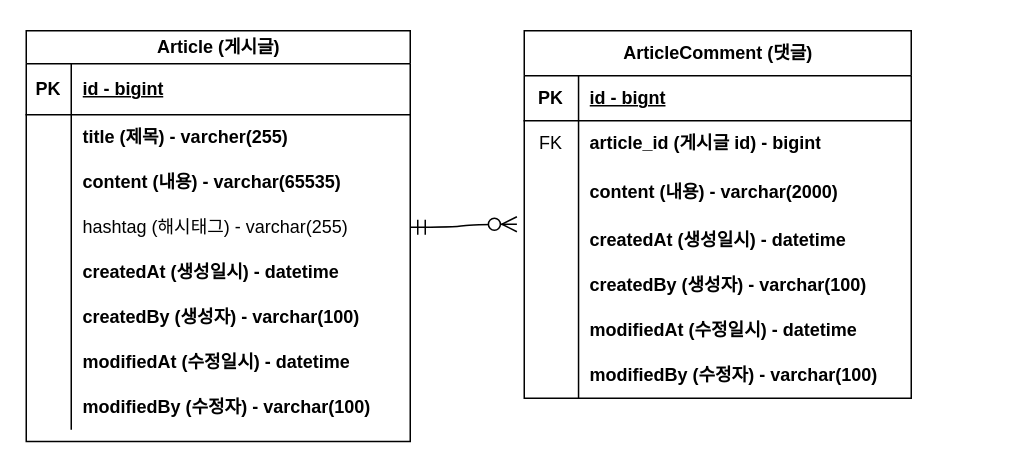
Above: document/제목 없는 다이어그램.drawio in jyeong2525/fastcampus-project-board (draw.io), before the change. Source tidied: cells renumbered, new cells numbered last; positions are measured from the earlier drawing's top-left corner, leaving out a move shared by most shapes. Both pictures are drawn from the tidied source at 150%, with x=0, y=0 at pixel (26, 30).
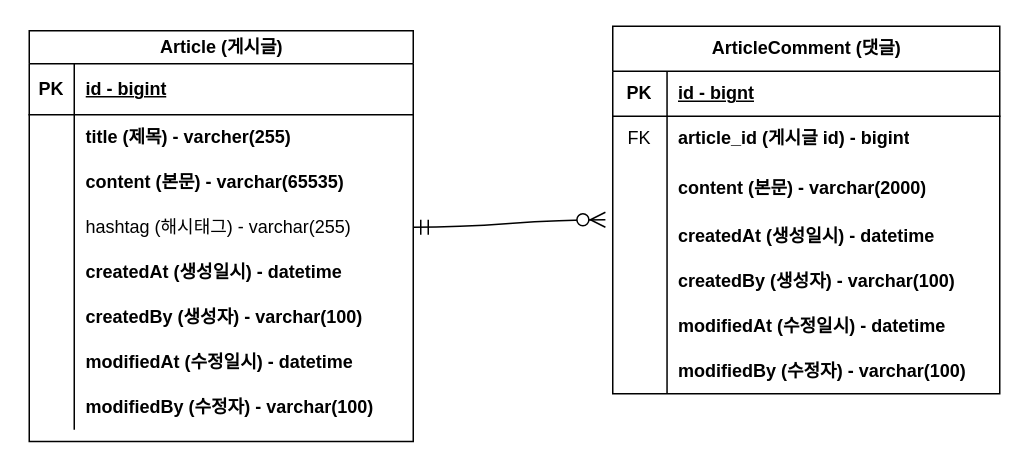
Above is the later version.

Commit message:
#9 - ERD 주석 업데이트 : project-board-erd.svg

Unchanged cells that the change refers to:
```xml
<mxCell id="9" style="shape=tableRow;horizontal=0;startSize=0;swimlaneHead=0;swimlaneBody=0;fillColor=none;top=0;left=0;right=0;bottom=0;" parent="2" vertex="1">
  <mxGeometry y="86" width="256" height="30" as="geometry" />
</mxCell>
<mxCell id="34" style="shape=tableRow;horizontal=0;startSize=0;swimlaneHead=0;swimlaneBody=0;fillColor=none;points=[[0,0.5],[1,0.5]];portConstraint=eastwest;top=0;left=0;right=0;bottom=0;" parent="27" vertex="1">
  <mxGeometry y="90" width="258" height="35" as="geometry" />
</mxCell>
```

The edit, as a diff of the source:
```diff
@@
     <mxCell id="2" value="Article (게시글)" style="shape=table;startSize=22;childLayout=tableLayout;rowLines=0;fontStyle=1;align=center;html=1;" parent="1" vertex="1">
-      <mxGeometry width="256" height="273.8" as="geometry" />
+      <mxGeometry x="2" width="256" height="273.8" as="geometry" />
     </mxCell>
@@
-    <mxCell id="11" value="content (내용) - varchar(65535)" style="shape=partialRectangle;fillColor=none;top=0;left=0;bottom=0;right=0;align=left;spacingLeft=6;overflow=hidden;whiteSpace=wrap;html=1;fontStyle=1;" parent="9" vertex="1">
+    <mxCell id="11" value="content (본문) - varchar(65535)" style="shape=partialRectangle;fillColor=none;top=0;left=0;bottom=0;right=0;align=left;spacingLeft=6;overflow=hidden;whiteSpace=wrap;html=1;fontStyle=1;" parent="9" vertex="1">
       <mxGeometry x="30" width="226" height="30" as="geometry" />
     </mxCell>
@@
     <mxCell id="27" value="ArticleComment (댓글)" style="shape=table;startSize=30;childLayout=tableLayout;rowLines=0;fontStyle=1;align=center;html=1;" parent="1" vertex="1">
-      <mxGeometry x="332" width="258" height="245" as="geometry" />
+      <mxGeometry x="391" y="-3" width="258" height="245" as="geometry" />
     </mxCell>
@@
-    <mxCell id="36" value="content (내용) - varchar(2000)" style="shape=partialRectangle;fillColor=none;top=0;left=0;bottom=0;right=0;align=left;spacingLeft=6;overflow=hidden;whiteSpace=wrap;html=1;fontStyle=1;" parent="34" vertex="1">
+    <mxCell id="36" value="content (본문) - varchar(2000)" style="shape=partialRectangle;fillColor=none;top=0;left=0;bottom=0;right=0;align=left;spacingLeft=6;overflow=hidden;whiteSpace=wrap;html=1;fontStyle=1;" parent="34" vertex="1">
       <mxGeometry x="36.2" width="221.8" height="35" as="geometry" />
     </mxCell>
```
